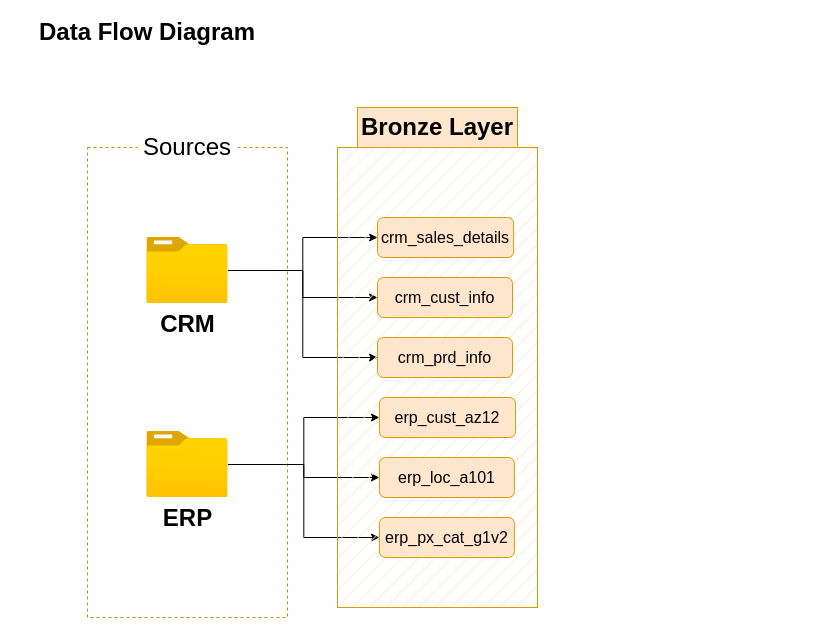
Earlier version of the draw.io diagram page "Page-2" (2 of 3) of docs/Data_Flow_DIagram.drawio (Michael-Beckers/sql_data_warehouse_project). Source tidied: cells renumbered, new cells numbered last; positions are measured from the earlier drawing's top-left corner, leaving out a move shared by most shapes. Both pictures are drawn from the tidied source at 100%, with x=0, y=0 at pixel (17, 17).
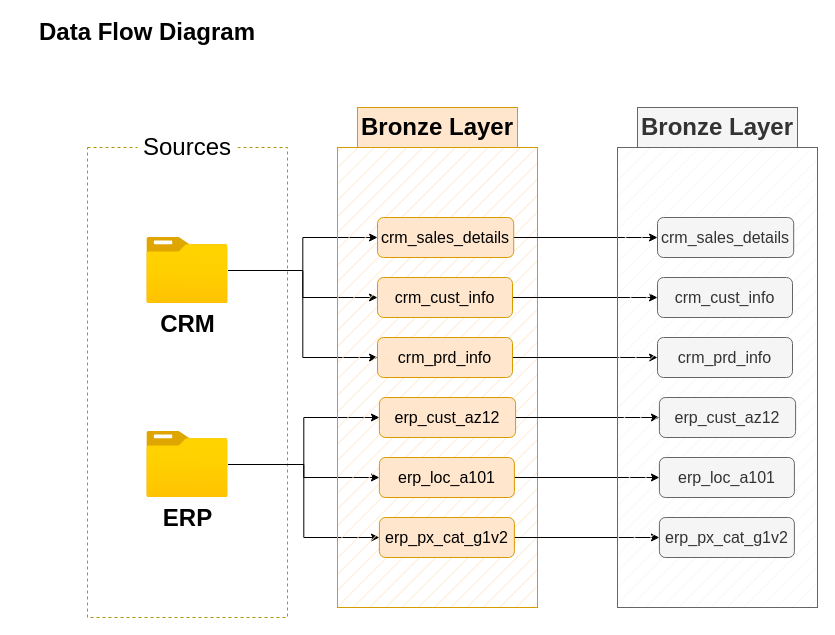
After the change.

The change refers to these unchanged cells:
```xml
<mxCell id="15" value="&lt;font style=&quot;font-size: 16px;&quot;&gt;crm_sales_details&lt;/font&gt;" style="rounded=1;whiteSpace=wrap;html=1;fillColor=#ffe6cc;strokeColor=#d79b00;" parent="1" vertex="1">
  <mxGeometry x="360" y="200" width="136.2" height="40" as="geometry" />
</mxCell>
<mxCell id="16" value="&lt;font style=&quot;font-size: 16px;&quot;&gt;crm_cust_info&lt;/font&gt;" style="rounded=1;whiteSpace=wrap;html=1;fillColor=#ffe6cc;strokeColor=#d79b00;" parent="1" vertex="1">
  <mxGeometry x="360" y="260" width="135" height="40" as="geometry" />
</mxCell>
<mxCell id="17" value="&lt;font style=&quot;font-size: 16px;&quot;&gt;crm_prd_info&lt;/font&gt;" style="rounded=1;whiteSpace=wrap;html=1;fillColor=#ffe6cc;strokeColor=#d79b00;" parent="1" vertex="1">
  <mxGeometry x="360" y="320" width="135" height="40" as="geometry" />
</mxCell>
<mxCell id="18" value="&lt;font style=&quot;font-size: 16px;&quot;&gt;erp_cust_az12&lt;/font&gt;" style="rounded=1;whiteSpace=wrap;html=1;fillColor=#ffe6cc;strokeColor=#d79b00;" parent="1" vertex="1">
  <mxGeometry x="361.9" y="380" width="136.2" height="40" as="geometry" />
</mxCell>
<mxCell id="19" value="&lt;font style=&quot;font-size: 16px;&quot;&gt;erp_loc_a101&lt;/font&gt;" style="rounded=1;whiteSpace=wrap;html=1;fillColor=#ffe6cc;strokeColor=#d79b00;" parent="1" vertex="1">
  <mxGeometry x="361.9" y="440" width="135" height="40" as="geometry" />
</mxCell>
<mxCell id="20" value="&lt;font style=&quot;font-size: 16px;&quot;&gt;erp_px_cat_g1v2&lt;/font&gt;" style="rounded=1;whiteSpace=wrap;html=1;fillColor=#ffe6cc;strokeColor=#d79b00;" parent="1" vertex="1">
  <mxGeometry x="361.9" y="500" width="135" height="40" as="geometry" />
</mxCell>
```

Diff of the diagram source:
```diff
@@
+    <mxCell id="21" style="edgeStyle=orthogonalEdgeStyle;rounded=0;jettySize=auto;html=1;entryX=0;entryY=0.5;entryDx=0;entryDy=0;" parent="1" edge="1" source="15" target="29">
+      <mxGeometry relative="1" as="geometry" />
+    </mxCell>
@@
+    <mxCell id="22" style="edgeStyle=orthogonalEdgeStyle;rounded=0;jettySize=auto;html=1;" parent="1" edge="1" source="16" target="30">
+      <mxGeometry relative="1" as="geometry" />
+    </mxCell>
@@
+    <mxCell id="23" style="edgeStyle=orthogonalEdgeStyle;rounded=0;jettySize=auto;html=1;entryX=0;entryY=0.5;entryDx=0;entryDy=0;" parent="1" edge="1" source="17" target="31">
+      <mxGeometry relative="1" as="geometry" />
+    </mxCell>
@@
+    <mxCell id="24" style="edgeStyle=orthogonalEdgeStyle;rounded=0;jettySize=auto;html=1;entryX=0;entryY=0.5;entryDx=0;entryDy=0;" parent="1" edge="1" source="18" target="32">
+      <mxGeometry relative="1" as="geometry" />
+    </mxCell>
@@
+    <mxCell id="25" style="edgeStyle=orthogonalEdgeStyle;rounded=0;jettySize=auto;html=1;exitX=1;exitY=0.5;exitDx=0;exitDy=0;" parent="1" edge="1" source="19" target="33">
+      <mxGeometry relative="1" as="geometry" />
+    </mxCell>
@@
+    <mxCell id="26" style="edgeStyle=orthogonalEdgeStyle;rounded=0;jettySize=auto;html=1;exitX=1;exitY=0.5;exitDx=0;exitDy=0;entryX=0;entryY=0.5;entryDx=0;entryDy=0;" parent="1" edge="1" source="20" target="34">
+      <mxGeometry relative="1" as="geometry" />
+    </mxCell>
@@
+    <mxCell id="27" style="rounded=0;whiteSpace=wrap;html=1;fillColor=#f5f5f5;strokeColor=#666666;fillStyle=hatch;fontColor=#333333;" parent="1" vertex="1">
+      <mxGeometry x="600" y="130" width="200" height="460" as="geometry" />
+    </mxCell>
+    <mxCell id="28" value="&lt;b&gt;&lt;font style=&quot;font-size: 24px;&quot;&gt;Bronze Layer&lt;/font&gt;&lt;/b&gt;" style="rounded=0;whiteSpace=wrap;html=1;fillColor=#f5f5f5;strokeColor=#666666;fontColor=#333333;" parent="1" vertex="1">
+      <mxGeometry x="620" y="90" width="160" height="40" as="geometry" />
+    </mxCell>
+    <mxCell id="29" value="&lt;font style=&quot;font-size: 16px;&quot;&gt;crm_sales_details&lt;/font&gt;" style="rounded=1;whiteSpace=wrap;html=1;fillColor=#f5f5f5;strokeColor=#666666;fontColor=#333333;" parent="1" vertex="1">
+      <mxGeometry x="640" y="200" width="136.2" height="40" as="geometry" />
+    </mxCell>
+    <mxCell id="30" value="&lt;font style=&quot;font-size: 16px;&quot;&gt;crm_cust_info&lt;/font&gt;" style="rounded=1;whiteSpace=wrap;html=1;fillColor=#f5f5f5;strokeColor=#666666;fontColor=#333333;" parent="1" vertex="1">
+      <mxGeometry x="640" y="260" width="135" height="40" as="geometry" />
+    </mxCell>
+    <mxCell id="31" value="&lt;font style=&quot;font-size: 16px;&quot;&gt;crm_prd_info&lt;/font&gt;" style="rounded=1;whiteSpace=wrap;html=1;fillColor=#f5f5f5;strokeColor=#666666;fontColor=#333333;" parent="1" vertex="1">
+      <mxGeometry x="640" y="320" width="135" height="40" as="geometry" />
+    </mxCell>
+    <mxCell id="32" value="&lt;font style=&quot;font-size: 16px;&quot;&gt;erp_cust_az12&lt;/font&gt;" style="rounded=1;whiteSpace=wrap;html=1;fillColor=#f5f5f5;strokeColor=#666666;fontColor=#333333;" parent="1" vertex="1">
+      <mxGeometry x="641.9" y="380" width="136.2" height="40" as="geometry" />
+    </mxCell>
+    <mxCell id="33" value="&lt;font style=&quot;font-size: 16px;&quot;&gt;erp_loc_a101&lt;/font&gt;" style="rounded=1;whiteSpace=wrap;html=1;fillColor=#f5f5f5;strokeColor=#666666;fontColor=#333333;" parent="1" vertex="1">
+      <mxGeometry x="641.9" y="440" width="135" height="40" as="geometry" />
+    </mxCell>
+    <mxCell id="34" value="&lt;font style=&quot;font-size: 16px;&quot;&gt;erp_px_cat_g1v2&lt;/font&gt;" style="rounded=1;whiteSpace=wrap;html=1;fillColor=#f5f5f5;strokeColor=#666666;fontColor=#333333;" parent="1" vertex="1">
+      <mxGeometry x="641.9" y="500" width="135" height="40" as="geometry" />
+    </mxCell>
```
